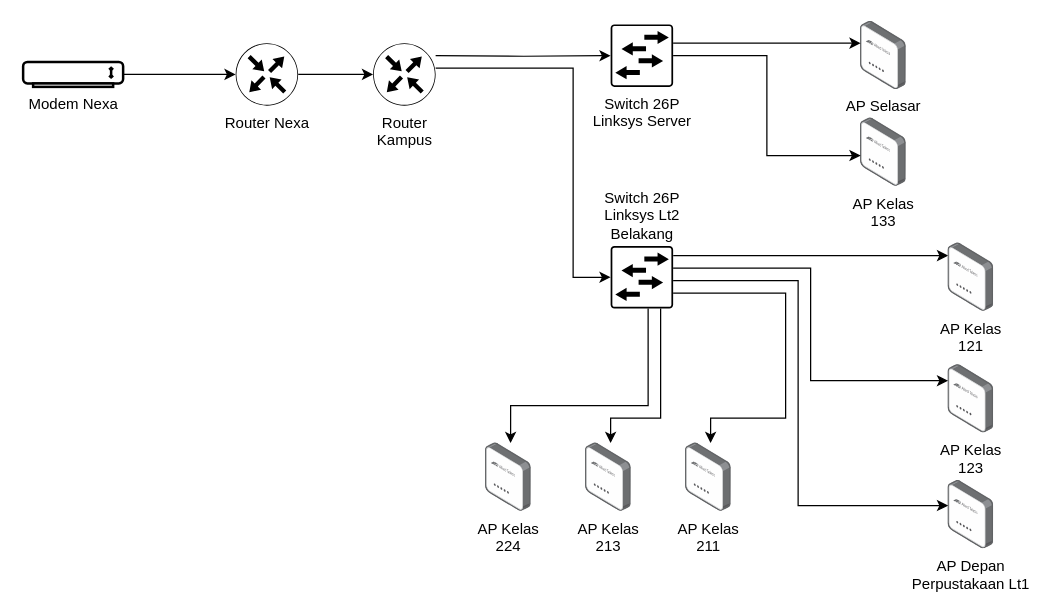
Above: Universitas Karangturi.drawio in hnkzf/topologi-site (draw.io), before the change. Source tidied: cells renumbered, new cells numbered last; positions are measured from the earlier drawing's top-left corner, leaving out a move shared by most shapes. Both pictures are drawn from the tidied source at 125%, with x=0, y=0 at pixel (22, 21).
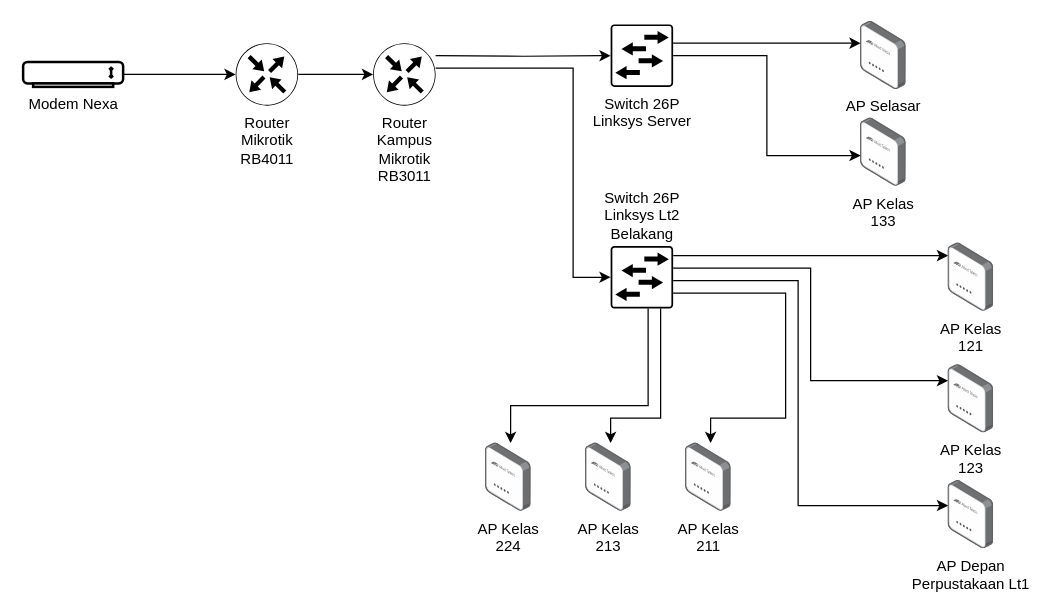
Above is the later version.

Change to the diagram source:
```diff
@@
-    <mxCell id="3" value="Router Nexa" style="sketch=0;points=[[0.5,0,0],[1,0.5,0],[0.5,1,0],[0,0.5,0],[0.145,0.145,0],[0.8555,0.145,0],[0.855,0.8555,0],[0.145,0.855,0]];verticalLabelPosition=bottom;html=1;verticalAlign=top;align=center;shape=mxgraph.cisco19.rect;prIcon=router;labelBackgroundColor=none;" parent="1" vertex="1">
+    <mxCell id="3" value="Router&lt;div&gt;Mikrotik&lt;/div&gt;&lt;div&gt;RB4011&lt;/div&gt;" style="sketch=0;points=[[0.5,0,0],[1,0.5,0],[0.5,1,0],[0,0.5,0],[0.145,0.145,0],[0.8555,0.145,0],[0.855,0.8555,0],[0.145,0.855,0]];verticalLabelPosition=bottom;html=1;verticalAlign=top;align=center;shape=mxgraph.cisco19.rect;prIcon=router;labelBackgroundColor=none;" parent="1" vertex="1">
       <mxGeometry x="170" y="17" width="50" height="50" as="geometry" />
     </mxCell>
@@
-    <mxCell id="8" value="Router&lt;div&gt;Kampus&lt;/div&gt;" style="sketch=0;points=[[0.5,0,0],[1,0.5,0],[0.5,1,0],[0,0.5,0],[0.145,0.145,0],[0.8555,0.145,0],[0.855,0.8555,0],[0.145,0.855,0]];verticalLabelPosition=bottom;html=1;verticalAlign=top;align=center;shape=mxgraph.cisco19.rect;prIcon=router;labelBackgroundColor=none;" parent="1" vertex="1">
+    <mxCell id="8" value="Router&lt;div&gt;Kampus&lt;/div&gt;&lt;div&gt;Mikrotik&lt;/div&gt;&lt;div&gt;RB3011&lt;/div&gt;" style="sketch=0;points=[[0.5,0,0],[1,0.5,0],[0.5,1,0],[0,0.5,0],[0.145,0.145,0],[0.8555,0.145,0],[0.855,0.8555,0],[0.145,0.855,0]];verticalLabelPosition=bottom;html=1;verticalAlign=top;align=center;shape=mxgraph.cisco19.rect;prIcon=router;labelBackgroundColor=none;" parent="1" vertex="1">
       <mxGeometry x="280" y="17" width="50" height="50" as="geometry" />
     </mxCell>
```
